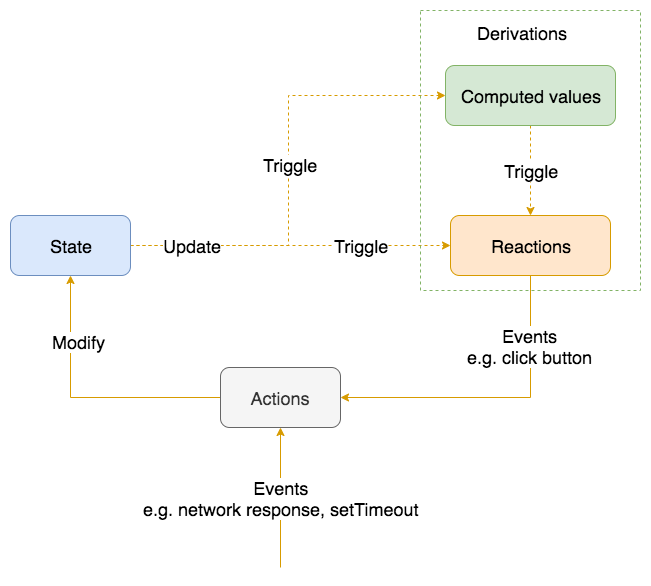
Above: mobx-model-complex.png in whinc/pic-bed (draw.io), before the change. Source tidied: cells renumbered, new cells last; positions are measured from the earlier drawing's top-left corner, leaving out a move shared by most shapes.
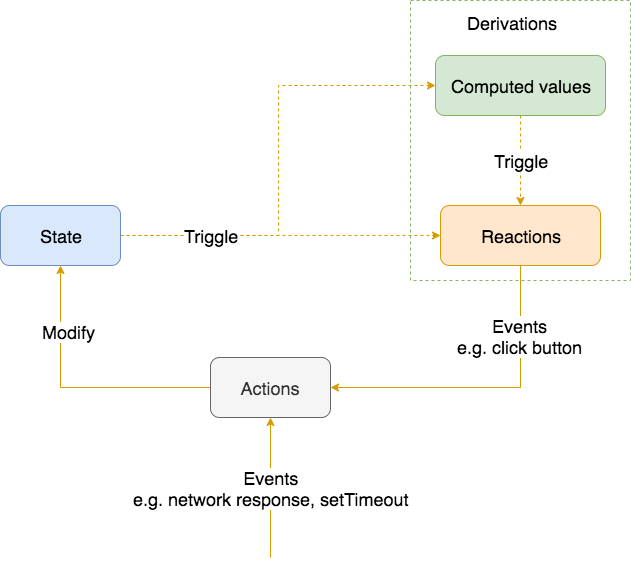
Above is the later version.

What changed in the source:
```diff
@@ -2,71 +2,65 @@
   <root>
     <mxCell id="0" />
     <mxCell id="1" parent="0" />
-    <mxCell id="2" style="edgeStyle=orthogonalEdgeStyle;rounded=0;jettySize=auto;html=1;exitX=1;exitY=0.5;exitDx=0;exitDy=0;fontSize=18;dashed=1;fillColor=#ffe6cc;strokeColor=#d79b00;" parent="1" edge="1" source="6" target="9">
+    <mxCell id="2" style="edgeStyle=orthogonalEdgeStyle;rounded=0;jettySize=auto;html=1;exitX=1;exitY=0.5;exitDx=0;exitDy=0;fontSize=18;dashed=1;fillColor=#ffe6cc;strokeColor=#d79b00;" parent="1" edge="1" source="5" target="8">
       <mxGeometry relative="1" as="geometry" />
     </mxCell>
-    <mxCell id="3" style="edgeStyle=orthogonalEdgeStyle;rounded=0;jettySize=auto;html=1;exitX=1;exitY=0.5;exitDx=0;exitDy=0;entryX=0;entryY=0.5;entryDx=0;entryDy=0;fontSize=18;dashed=1;fillColor=#ffe6cc;strokeColor=#d79b00;" parent="1" edge="1" source="6" target="11">
+    <mxCell id="3" style="edgeStyle=orthogonalEdgeStyle;rounded=0;jettySize=auto;html=1;exitX=1;exitY=0.5;exitDx=0;exitDy=0;entryX=0;entryY=0.5;entryDx=0;entryDy=0;fontSize=18;dashed=1;fillColor=#ffe6cc;strokeColor=#d79b00;" parent="1" edge="1" source="5" target="10">
       <mxGeometry relative="1" as="geometry" />
     </mxCell>
-    <mxCell id="4" value="Update" style="text;html=1;align=center;verticalAlign=middle;labelBackgroundColor=#ffffff;fontSize=18;" parent="3" vertex="1">
+    <mxCell id="4" value="Triggle" style="text;html=1;align=center;verticalAlign=middle;labelBackgroundColor=#ffffff;fontSize=18;" parent="3" vertex="1">
       <mxGeometry x="-0.75" y="-2" relative="1" as="geometry">
-        <mxPoint x="3" y="-2" as="offset" />
+        <mxPoint x="32" y="-2" as="offset" />
       </mxGeometry>
     </mxCell>
-    <mxCell id="5" value="Triggle" style="text;html=1;points=[];align=center;verticalAlign=middle;labelBackgroundColor=#ffffff;fontSize=18;" parent="3" vertex="1">
-      <mxGeometry x="0.03" y="-1" relative="1" as="geometry" />
+    <mxCell id="5" value="State" style="rounded=1;whiteSpace=wrap;html=1;fontSize=18;fillColor=#dae8fc;strokeColor=#6c8ebf;" parent="1" vertex="1">
+      <mxGeometry y="205" width="120" height="60" as="geometry" />
     </mxCell>
-    <mxCell id="6" value="State" style="rounded=1;whiteSpace=wrap;html=1;fontSize=18;fillColor=#dae8fc;strokeColor=#6c8ebf;" parent="1" vertex="1">
-      <mxGeometry y="205" width="120" height="60" as="geometry" />
+    <mxCell id="6" style="edgeStyle=orthogonalEdgeStyle;rounded=0;jettySize=auto;html=1;exitX=0.5;exitY=1;exitDx=0;exitDy=0;entryX=1;entryY=0.5;entryDx=0;entryDy=0;fontSize=18;fillColor=#ffe6cc;strokeColor=#d79b00;" parent="1" edge="1" source="8" target="15">
+      <mxGeometry relative="1" as="geometry" />
     </mxCell>
-    <mxCell id="7" style="edgeStyle=orthogonalEdgeStyle;rounded=0;jettySize=auto;html=1;exitX=0.5;exitY=1;exitDx=0;exitDy=0;entryX=1;entryY=0.5;entryDx=0;entryDy=0;fontSize=18;fillColor=#ffe6cc;strokeColor=#d79b00;" parent="1" edge="1" source="9" target="16">
-      <mxGeometry relative="1" as="geometry" />
+    <mxCell id="7" value="Events&lt;br&gt;e.g. click button" style="text;html=1;align=center;verticalAlign=middle;labelBackgroundColor=#ffffff;fontSize=18;" parent="6" vertex="1">
+      <mxGeometry x="-0.55" y="-1" relative="1" as="geometry" />
     </mxCell>
-    <mxCell id="8" value="Events&lt;br&gt;e.g. click button" style="text;html=1;points=[];align=center;verticalAlign=middle;labelBackgroundColor=#ffffff;fontSize=18;" parent="7" vertex="1">
-      <mxGeometry x="-0.55" y="-1" relative="1" as="geometry" />
+    <mxCell id="8" value="Reactions" style="rounded=1;whiteSpace=wrap;html=1;fontSize=18;fillColor=#ffe6cc;strokeColor=#d79b00;" parent="1" vertex="1">
+      <mxGeometry x="440" y="205" width="160" height="60" as="geometry" />
     </mxCell>
-    <mxCell id="9" value="Reactions" style="rounded=1;whiteSpace=wrap;html=1;fontSize=18;fillColor=#ffe6cc;strokeColor=#d79b00;" parent="1" vertex="1">
-      <mxGeometry x="440" y="205" width="160" height="60" as="geometry" />
+    <mxCell id="9" style="edgeStyle=orthogonalEdgeStyle;rounded=0;jettySize=auto;html=1;exitX=0.5;exitY=1;exitDx=0;exitDy=0;fontSize=18;dashed=1;fillColor=#ffe6cc;strokeColor=#d79b00;" parent="1" edge="1" source="10" target="8">
+      <mxGeometry relative="1" as="geometry" />
     </mxCell>
-    <mxCell id="10" style="edgeStyle=orthogonalEdgeStyle;rounded=0;jettySize=auto;html=1;exitX=0.5;exitY=1;exitDx=0;exitDy=0;fontSize=18;dashed=1;fillColor=#ffe6cc;strokeColor=#d79b00;" parent="1" edge="1" source="11" target="9">
-      <mxGeometry relative="1" as="geometry" />
+    <mxCell id="10" value="Computed values" style="rounded=1;whiteSpace=wrap;html=1;fontSize=18;fillColor=#d5e8d4;strokeColor=#82b366;" parent="1" vertex="1">
+      <mxGeometry x="435" y="55" width="170" height="60" as="geometry" />
     </mxCell>
-    <mxCell id="11" value="Computed values" style="rounded=1;whiteSpace=wrap;html=1;fontSize=18;fillColor=#d5e8d4;strokeColor=#82b366;" parent="1" vertex="1">
-      <mxGeometry x="435" y="55" width="170" height="60" as="geometry" />
+    <mxCell id="11" style="rounded=0;jettySize=auto;html=1;exitX=0;exitY=0.5;exitDx=0;exitDy=0;fontSize=18;entryX=0.5;entryY=1;entryDx=0;entryDy=0;edgeStyle=orthogonalEdgeStyle;fillColor=#ffe6cc;strokeColor=#d79b00;" parent="1" edge="1" source="15" target="5">
+      <mxGeometry relative="1" as="geometry" />
     </mxCell>
-    <mxCell id="12" style="rounded=0;jettySize=auto;html=1;exitX=0;exitY=0.5;exitDx=0;exitDy=0;fontSize=18;entryX=0.5;entryY=1;entryDx=0;entryDy=0;edgeStyle=orthogonalEdgeStyle;fillColor=#ffe6cc;strokeColor=#d79b00;" parent="1" edge="1" source="16" target="6">
-      <mxGeometry relative="1" as="geometry" />
+    <mxCell id="12" value="Modify" style="text;html=1;align=center;verticalAlign=middle;labelBackgroundColor=#ffffff;fontSize=18;" parent="11" vertex="1">
+      <mxGeometry x="0.05" y="-56" relative="1" as="geometry" />
     </mxCell>
-    <mxCell id="13" value="Modify" style="text;html=1;align=center;verticalAlign=middle;labelBackgroundColor=#ffffff;fontSize=18;" parent="12" vertex="1">
-      <mxGeometry x="0.05" y="-56" relative="1" as="geometry" />
+    <mxCell id="13" style="edgeStyle=orthogonalEdgeStyle;rounded=0;jettySize=auto;html=1;fontSize=18;entryX=0.5;entryY=1;entryDx=0;entryDy=0;fillColor=#ffe6cc;strokeColor=#d79b00;" parent="1" edge="1" target="15">
+      <mxGeometry relative="1" as="geometry">
+        <mxPoint x="270" y="557" as="sourcePoint" />
+        <Array as="points">
+          <mxPoint x="270" y="487" />
+        </Array>
+      </mxGeometry>
     </mxCell>
-    <mxCell id="14" style="edgeStyle=orthogonalEdgeStyle;rounded=0;jettySize=auto;html=1;fontSize=18;entryX=0.5;entryY=1;entryDx=0;entryDy=0;fillColor=#ffe6cc;strokeColor=#d79b00;" parent="1" edge="1" target="16">
-      <mxGeometry relative="1" as="geometry">
-        <mxPoint x="270" y="557" as="sourcePoint" />
-        <Array as="points">
-          <mxPoint x="270" y="487" />
-        </Array>
+    <mxCell id="14" value="Events&lt;br&gt;e.g. network response, setTimeout" style="text;html=1;align=center;verticalAlign=middle;labelBackgroundColor=#ffffff;fontSize=18;" parent="13" vertex="1">
+      <mxGeometry x="0.2" y="-3" relative="1" as="geometry">
+        <mxPoint x="-3" y="14" as="offset" />
       </mxGeometry>
     </mxCell>
-    <mxCell id="15" value="Events&lt;br&gt;e.g. network response, setTimeout" style="text;html=1;points=[];align=center;verticalAlign=middle;labelBackgroundColor=#ffffff;fontSize=18;" parent="14" vertex="1">
-      <mxGeometry x="0.2" y="-3" relative="1" as="geometry">
-        <mxPoint x="-3" y="14" as="offset" />
-      </mxGeometry>
+    <mxCell id="15" value="Actions" style="rounded=1;whiteSpace=wrap;html=1;fontSize=18;fillColor=#f5f5f5;strokeColor=#666666;fontColor=#333333;" parent="1" vertex="1">
+      <mxGeometry x="210" y="357" width="120" height="60" as="geometry" />
     </mxCell>
-    <mxCell id="16" value="Actions" style="rounded=1;whiteSpace=wrap;html=1;fontSize=18;fillColor=#f5f5f5;strokeColor=#666666;fontColor=#333333;" parent="1" vertex="1">
-      <mxGeometry x="210" y="357" width="120" height="60" as="geometry" />
+    <mxCell id="16" value="Triggle" style="text;html=1;points=[];align=center;verticalAlign=middle;labelBackgroundColor=#ffffff;fontSize=18;" parent="1" vertex="1">
+      <mxGeometry x="520" y="160" as="geometry" />
     </mxCell>
-    <mxCell id="17" value="Triggle" style="text;html=1;align=center;verticalAlign=middle;labelBackgroundColor=#ffffff;fontSize=18;" parent="1" vertex="1">
-      <mxGeometry x="350" y="235" as="geometry" />
+    <mxCell id="17" style="rounded=0;whiteSpace=wrap;html=1;fontSize=18;fillColor=none;strokeColor=#82b366;dashed=1;" parent="1" vertex="1">
+      <mxGeometry x="410" width="220" height="280" as="geometry" />
     </mxCell>
-    <mxCell id="18" value="Triggle" style="text;html=1;align=center;verticalAlign=middle;labelBackgroundColor=#ffffff;fontSize=18;" parent="1" vertex="1">
-      <mxGeometry x="520" y="160" as="geometry" />
+    <mxCell id="18" value="Derivations" style="text;html=1;align=left;verticalAlign=top;spacingTop=-4;fontSize=18;fontStyle=0;fontFamily=Helvetica;" parent="1" vertex="1">
+      <mxGeometry x="465" y="10" width="110" height="20" as="geometry" />
     </mxCell>
-    <mxCell id="19" style="rounded=0;whiteSpace=wrap;html=1;fontSize=18;fillColor=none;strokeColor=#82b366;dashed=1;" parent="1" vertex="1">
-      <mxGeometry x="410" width="220" height="280" as="geometry" />
-    </mxCell>
-    <mxCell id="20" value="Derivations" style="text;html=1;align=left;verticalAlign=top;spacingTop=-4;fontSize=18;fontStyle=0;fontFamily=Helvetica;" parent="1" vertex="1">
-      <mxGeometry x="465" y="10" width="110" height="20" as="geometry" />
-    </mxCell>
   </root>
 </mxGraphModel>
```
